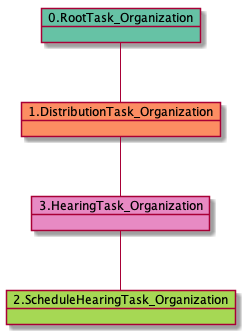
Before: docs-H/uml/RTO.DTO-41136.png, a diagram exported from PlantUML (yoomlam/graphing).
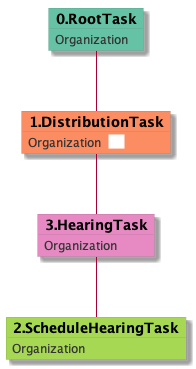
The same file after the commit.

What changed in the source:
```diff
@@ -1,9 +1,25 @@
 @startuml
-object 0.RootTask_Organization #66c2a5
-object 1.DistributionTask_Organization #fc8d62
-object 2.ScheduleHearingTask_Organization #a6d854
-object 3.HearingTask_Organization #e78ac3
-0.RootTask_Organization -- 1.DistributionTask_Organization
-3.HearingTask_Organization -- 2.ScheduleHearingTask_Organization
-1.DistributionTask_Organization -- 3.HearingTask_Organization
+skinparam {
+  ObjectBorderColor #555
+  ObjectBorderThickness 0
+  ObjectFontStyle bold
+  ObjectFontSize 14
+  ObjectAttributeFontColor #333
+  ObjectAttributeFontSize 12
+}
+  object 0.RootTask #66c2a5 {
+Organization
+}
+  object 1.DistributionTask #fc8d62 {
+Organization  <back:white>    </back>
+}
+  object 2.ScheduleHearingTask #a6d854 {
+Organization
+}
+  object 3.HearingTask #e78ac3 {
+Organization
+}
+0.RootTask -- 1.DistributionTask
+3.HearingTask -- 2.ScheduleHearingTask
+1.DistributionTask -- 3.HearingTask
 @enduml
```
